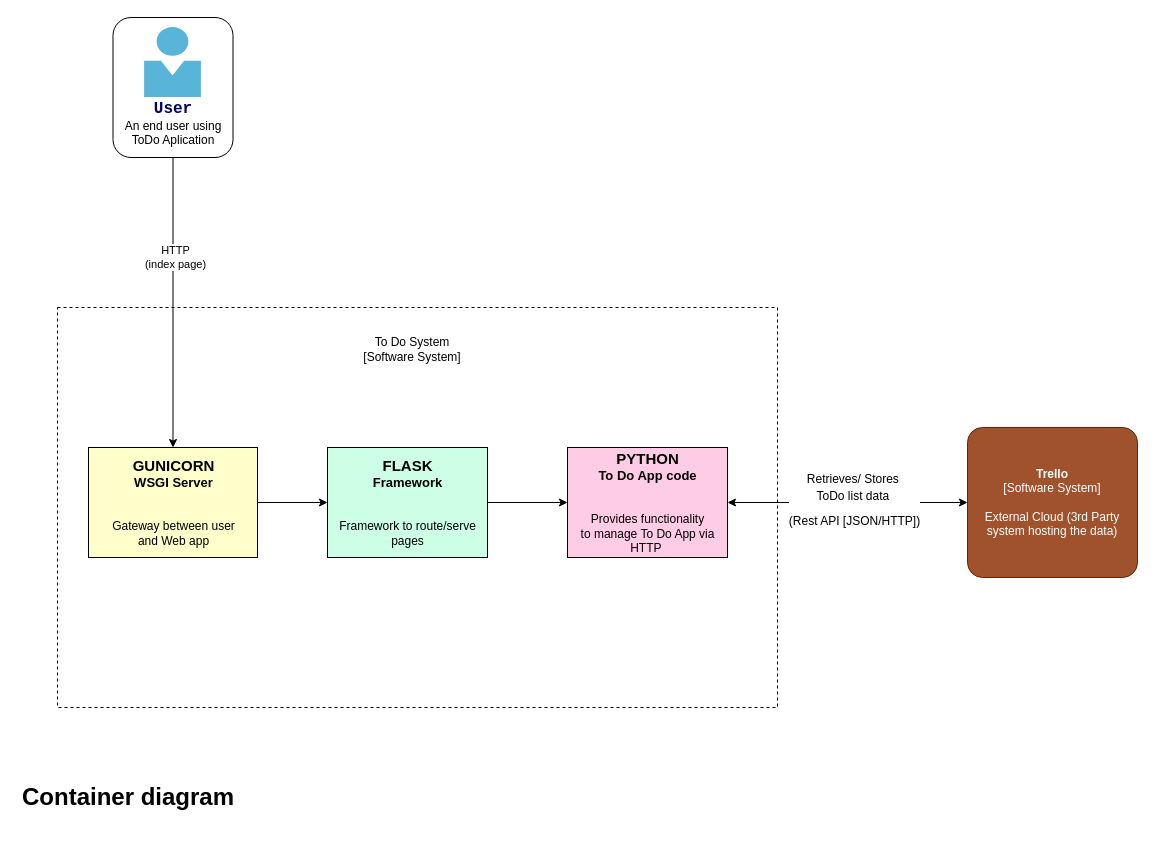
shivaHanchate/DevOps-Course-Starter keeps this draw.io diagram as documentation/Context Diagram.drawio. Above is the earlier version. Source tidied: cells renumbered, new cells numbered last; positions are measured from the earlier drawing's top-left corner, leaving out a move shared by most shapes. Both pictures are drawn from the tidied source at 100%, with x=0, y=0 at pixel (17, 17).
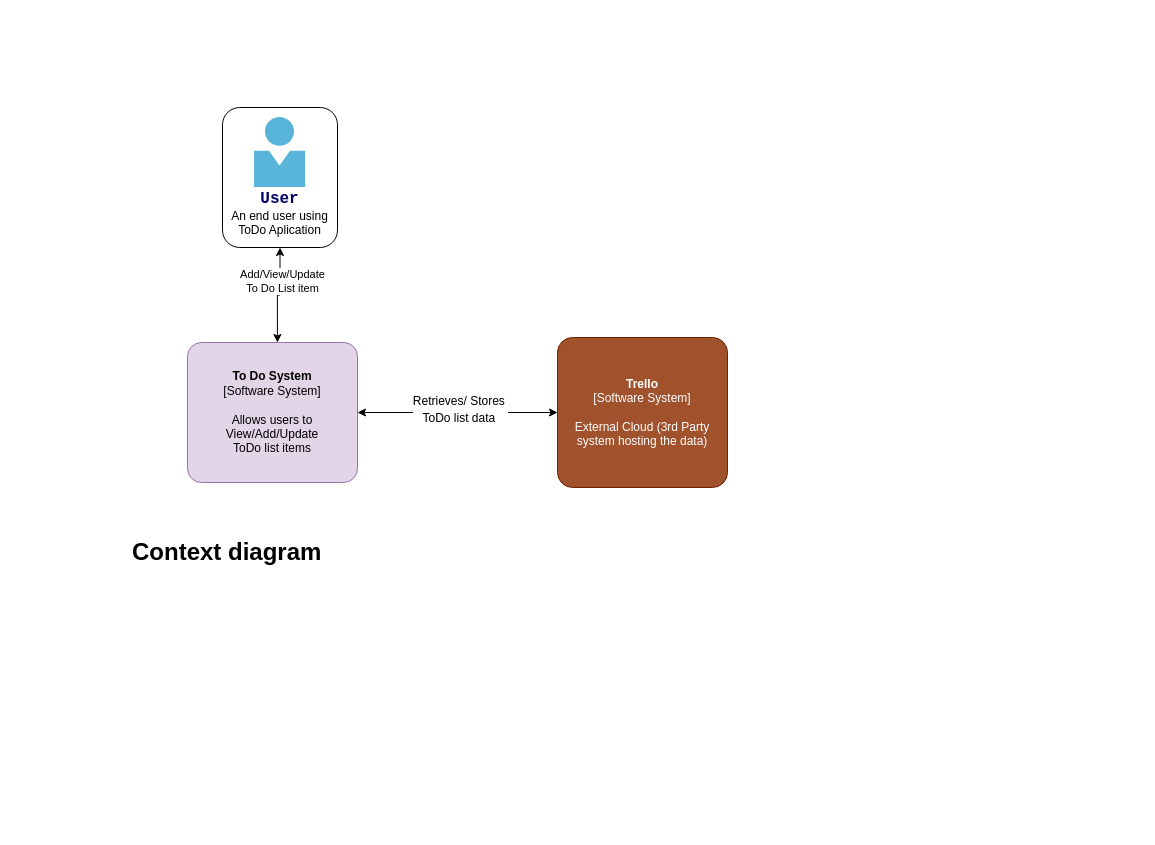
After the change.

Commit message (it also covers changes not shown here):
Amended Component diagram as advised by Hugh

What changed in the source:
```diff
@@
 <mxGraphModel>
   <root>
     <mxCell id="0" />
     <mxCell id="1" parent="0" />
     <object id="2" label="&lt;b&gt;%c4Name%&lt;/b&gt;&lt;div&gt;[%c4Type%]&lt;/div&gt;&lt;br&gt;&lt;div&gt;%c4Description%&lt;/div&gt;" c4Description="External Cloud (3rd Party system hosting the data)" c4Name="Trello" c4Type="Software System" placeholders="1">
       <mxCell style="rounded=1;whiteSpace=wrap;html=1;labelBackgroundColor=none;fillColor=#a0522d;fontColor=#ffffff;align=center;arcSize=10;strokeColor=#6D1F00;metaData={&quot;c4Type&quot;:{&quot;editable&quot;:false}};points=[[0.25,0,0],[0.5,0,0],[0.75,0,0],[1,0.25,0],[1,0.5,0],[1,0.75,0],[0.75,1,0],[0.5,1,0],[0.25,1,0],[0,0.75,0],[0,0.5,0],[0,0.25,0]];" parent="1" vertex="1">
-        <mxGeometry x="950" y="410" width="170" height="150" as="geometry" />
+        <mxGeometry x="540" y="320" width="170" height="150" as="geometry" />
       </mxCell>
     </object>
-    <mxCell id="3" value="&lt;br&gt;&lt;br&gt;&lt;br&gt;&lt;br&gt;&lt;br&gt;&lt;font style=&quot;font-size: 16px&quot; face=&quot;Courier New&quot; color=&quot;#000066&quot;&gt;&lt;b&gt;User&lt;/b&gt;&lt;/font&gt;&lt;br&gt;An end user using&lt;br&gt;ToDo Aplication" style="rounded=1;whiteSpace=wrap;html=1;" parent="1" vertex="1">
-      <mxGeometry x="95.5" width="120" height="140" as="geometry" />
-    </mxCell>
-    <mxCell id="4" style="html=1;align=center;image;fontSize=12;image=img/lib/mscae/Person.svg;imageBackground=#FFFFFF;" parent="1" vertex="1">
-      <mxGeometry x="127.1" y="10" width="56.8" height="70" as="geometry" />
-    </mxCell>
-    <mxCell id="5" value="&lt;h1&gt;Container diagram&lt;/h1&gt;&lt;p&gt;&lt;br&gt;&lt;/p&gt;" style="text;html=1;strokeColor=none;fillColor=none;spacing=5;spacingTop=-20;whiteSpace=wrap;overflow=hidden;rounded=0;" parent="1" vertex="1">
-      <mxGeometry y="760" width="300" height="50" as="geometry" />
-    </mxCell>
-    <mxCell id="6" style="rounded=0;whiteSpace=wrap;html=1;dashed=1;" parent="1" vertex="1">
-      <mxGeometry x="40" y="290" width="720" height="400" as="geometry" />
-    </mxCell>
-    <mxCell id="7" value="To Do System&lt;br&gt;[Software System]" style="text;html=1;strokeColor=none;fillColor=none;align=center;verticalAlign=middle;whiteSpace=wrap;rounded=0;dashed=1;" parent="1" vertex="1">
-      <mxGeometry x="320" y="314" width="150" height="36" as="geometry" />
-    </mxCell>
-    <mxCell id="8" style="edgeStyle=orthogonalEdgeStyle;rounded=0;jettySize=auto;html=1;exitX=1;exitY=0.5;exitDx=0;exitDy=0;entryX=0;entryY=0.5;entryDx=0;entryDy=0;" parent="1" edge="1" source="9" target="11">
-      <mxGeometry relative="1" as="geometry" />
-    </mxCell>
-    <mxCell id="9" value="&lt;font&gt;&lt;font style=&quot;font-size: 15px&quot;&gt;&lt;b&gt;GUNICORN&lt;/b&gt;&lt;/font&gt;&lt;br&gt;&lt;b&gt;&lt;font style=&quot;font-size: 13px&quot;&gt;WSGI Server&lt;/font&gt;&lt;/b&gt;&lt;br&gt;&lt;/font&gt;&lt;br&gt;&lt;br&gt;Gateway between user &lt;br&gt;and Web app" style="html=1;dashed=0;whitespace=wrap;fillColor=#FFFFCC;" parent="1" vertex="1">
-      <mxGeometry x="71" y="430" width="169" height="110" as="geometry" />
-    </mxCell>
-    <mxCell id="10" style="edgeStyle=orthogonalEdgeStyle;rounded=0;jettySize=auto;html=1;exitX=1;exitY=0.5;exitDx=0;exitDy=0;entryX=0;entryY=0.5;entryDx=0;entryDy=0;" parent="1" edge="1" source="11" target="12">
-      <mxGeometry relative="1" as="geometry" />
-    </mxCell>
-    <mxCell id="11" value="&lt;font style=&quot;font-size: 15px&quot;&gt;&lt;b&gt;FLASK&lt;/b&gt;&lt;/font&gt;&lt;br&gt;&lt;span style=&quot;font-size: 13px&quot;&gt;&lt;b&gt;Framework&lt;/b&gt;&lt;/span&gt;&lt;br&gt;&lt;br&gt;&lt;br&gt;Framework to route/serve &lt;br&gt;pages" style="html=1;dashed=0;whitespace=wrap;fillColor=#CCFFE6;" parent="1" vertex="1">
-      <mxGeometry x="310" y="430" width="160" height="110" as="geometry" />
-    </mxCell>
-    <mxCell id="12" value="&lt;font style=&quot;font-size: 15px&quot;&gt;&lt;b&gt;PYTHON&lt;/b&gt;&lt;/font&gt;&lt;br&gt;&lt;span style=&quot;font-size: 13px&quot;&gt;&lt;b&gt;To Do App code&lt;/b&gt;&lt;/span&gt;&lt;br&gt;&lt;br&gt;&lt;br&gt;Provides functionality&lt;br&gt;to manage To Do App via &lt;br&gt;HTTP&amp;nbsp;" style="html=1;dashed=0;whitespace=wrap;fillColor=#FFCCE6;" parent="1" vertex="1">
-      <mxGeometry x="550" y="430" width="160" height="110" as="geometry" />
-    </mxCell>
-    <mxCell id="13" style="endArrow=classic;startArrow=classic;html=1;entryX=0;entryY=0.5;entryDx=0;entryDy=0;entryPerimeter=0;" parent="1" edge="1" source="12" target="2">
+    <mxCell id="13" style="endArrow=classic;startArrow=classic;html=1;entryX=0;entryY=0.5;entryDx=0;entryDy=0;entryPerimeter=0;exitX=1;exitY=0.5;exitDx=0;exitDy=0;exitPerimeter=0;" parent="1" edge="1" source="17" target="2">
       <mxGeometry relative="1" as="geometry" />
     </mxCell>
-    <mxCell id="14" value="&lt;p style=&quot;line-height: 0%&quot;&gt;&lt;font style=&quot;font-size: 12px&quot;&gt;Retrieves/ Stores&amp;nbsp;&lt;/font&gt;&lt;/p&gt;&lt;p style=&quot;line-height: 120%&quot;&gt;&lt;font style=&quot;font-size: 12px ; line-height: 100%&quot;&gt;ToDo list data&amp;nbsp;&lt;/font&gt;&lt;/p&gt;&lt;p style=&quot;line-height: 120%&quot;&gt;&lt;font style=&quot;font-size: 12px ; line-height: 100%&quot;&gt;(Rest API [JSON/HTTP])&lt;/font&gt;&lt;/p&gt;" style="edgeLabel;html=1;align=center;verticalAlign=middle;imageHeight=24;" parent="13" vertex="1">
+    <mxCell id="14" value="&lt;p style=&quot;line-height: 0%&quot;&gt;&lt;font style=&quot;font-size: 12px&quot;&gt;Retrieves/ Stores&amp;nbsp;&lt;/font&gt;&lt;/p&gt;&lt;p style=&quot;line-height: 120%&quot;&gt;&lt;font style=&quot;font-size: 12px ; line-height: 100%&quot;&gt;ToDo list data&amp;nbsp;&lt;/font&gt;&lt;/p&gt;" style="edgeLabel;html=1;align=center;verticalAlign=middle;imageHeight=24;" parent="13" vertex="1">
       <mxGeometry x="0.19" y="-1" relative="1" as="geometry">
         <mxPoint x="-17" y="-1" as="offset" />
       </mxGeometry>
     </mxCell>
-    <mxCell id="15" style="edgeStyle=orthogonalEdgeStyle;rounded=0;jettySize=auto;html=1;exitX=0.5;exitY=1;exitDx=0;exitDy=0;entryX=0.5;entryY=0;entryDx=0;entryDy=0;" parent="1" edge="1" source="3" target="9">
+    <mxCell id="15" style="edgeStyle=orthogonalEdgeStyle;rounded=0;jettySize=auto;html=1;exitX=0.5;exitY=1;exitDx=0;exitDy=0;entryX=0.529;entryY=0;entryDx=0;entryDy=0;entryPerimeter=0;startArrow=classic;startFill=1;" parent="1" edge="1" source="3" target="17">
       <mxGeometry relative="1" as="geometry" />
     </mxCell>
-    <mxCell id="16" value="HTTP&lt;br&gt;(index page)" style="edgeLabel;html=1;align=center;verticalAlign=middle;" parent="15" vertex="1">
+    <mxCell id="16" value="Add/View/Update&lt;br&gt;To Do List item" style="edgeLabel;html=1;align=center;verticalAlign=middle;" parent="15" vertex="1">
       <mxGeometry x="-0.32" y="2" relative="1" as="geometry" />
     </mxCell>
+    <mxCell id="3" value="&lt;br&gt;&lt;br&gt;&lt;br&gt;&lt;br&gt;&lt;br&gt;&lt;font style=&quot;font-size: 16px&quot; face=&quot;Courier New&quot; color=&quot;#000066&quot;&gt;&lt;b&gt;User&lt;/b&gt;&lt;/font&gt;&lt;br&gt;An end user using&lt;br&gt;ToDo Aplication" style="rounded=1;whiteSpace=wrap;html=1;" parent="1" vertex="1">
+      <mxGeometry x="205" y="90" width="115" height="140" as="geometry" />
+    </mxCell>
+    <mxCell id="4" style="html=1;align=center;image;fontSize=12;image=img/lib/mscae/Person.svg;imageBackground=#FFFFFF;" parent="1" vertex="1">
+      <mxGeometry x="236.6" y="100" width="51.8" height="70" as="geometry" />
+    </mxCell>
+    <mxCell id="5" value="&lt;h1&gt;Context diagram&lt;/h1&gt;&lt;p&gt;&lt;br&gt;&lt;/p&gt;" style="text;html=1;strokeColor=none;fillColor=none;spacing=5;spacingTop=-20;whiteSpace=wrap;overflow=hidden;rounded=0;" parent="1" vertex="1">
+      <mxGeometry x="110" y="515" width="300" height="50" as="geometry" />
+    </mxCell>
+    <object id="17" label="&lt;b&gt;%c4Name%&lt;/b&gt;&lt;div&gt;[%c4Type%]&lt;/div&gt;&lt;br&gt;&lt;div&gt;%c4Description%&lt;/div&gt;" c4Description="Allows users to View/Add/Update &#10;ToDo list items" c4Name="To Do System" c4Type="Software System" placeholders="1">
+      <mxCell style="rounded=1;whiteSpace=wrap;html=1;labelBackgroundColor=none;fillColor=#e1d5e7;align=center;arcSize=10;strokeColor=#9673a6;metaData={&quot;c4Type&quot;:{&quot;editable&quot;:false}};points=[[0.25,0,0],[0.5,0,0],[0.75,0,0],[1,0.25,0],[1,0.5,0],[1,0.75,0],[0.75,1,0],[0.5,1,0],[0.25,1,0],[0,0.75,0],[0,0.5,0],[0,0.25,0]];" parent="1" vertex="1">
+        <mxGeometry x="170" y="325" width="170" height="140" as="geometry" />
+      </mxCell>
+    </object>
   </root>
 </mxGraphModel>
```
